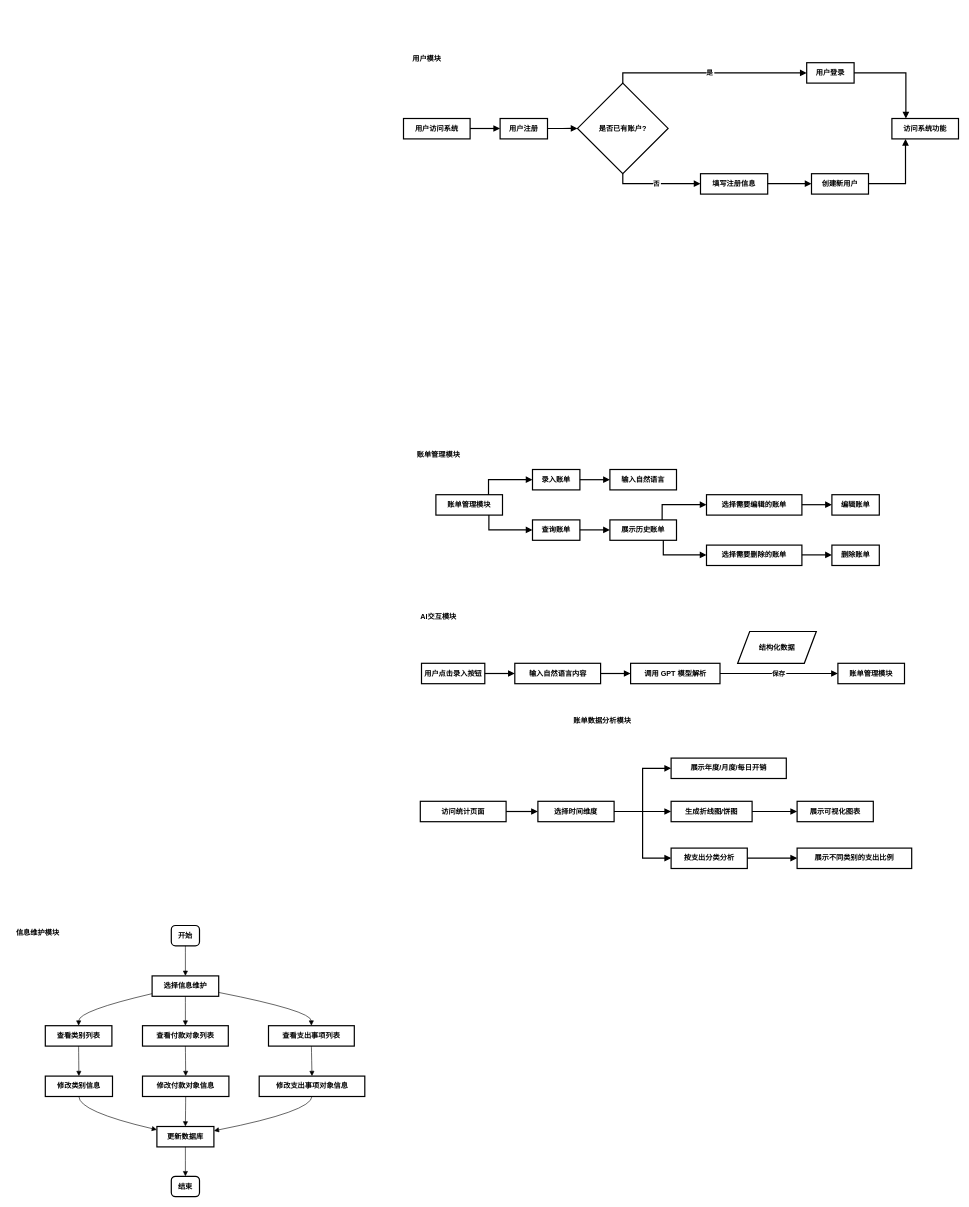
The draw.io diagram page "流程图" (7 of 9) of ai记账系统.drawio in Amos-Pan-lei/diagram-repo, before the edit. Source tidied: cells renumbered, new cells numbered last; positions are measured from the earlier drawing's top-left corner, leaving out a move shared by most shapes. Both pictures are drawn from the tidied source at 60%, with x=0, y=0 at pixel (10, 50).
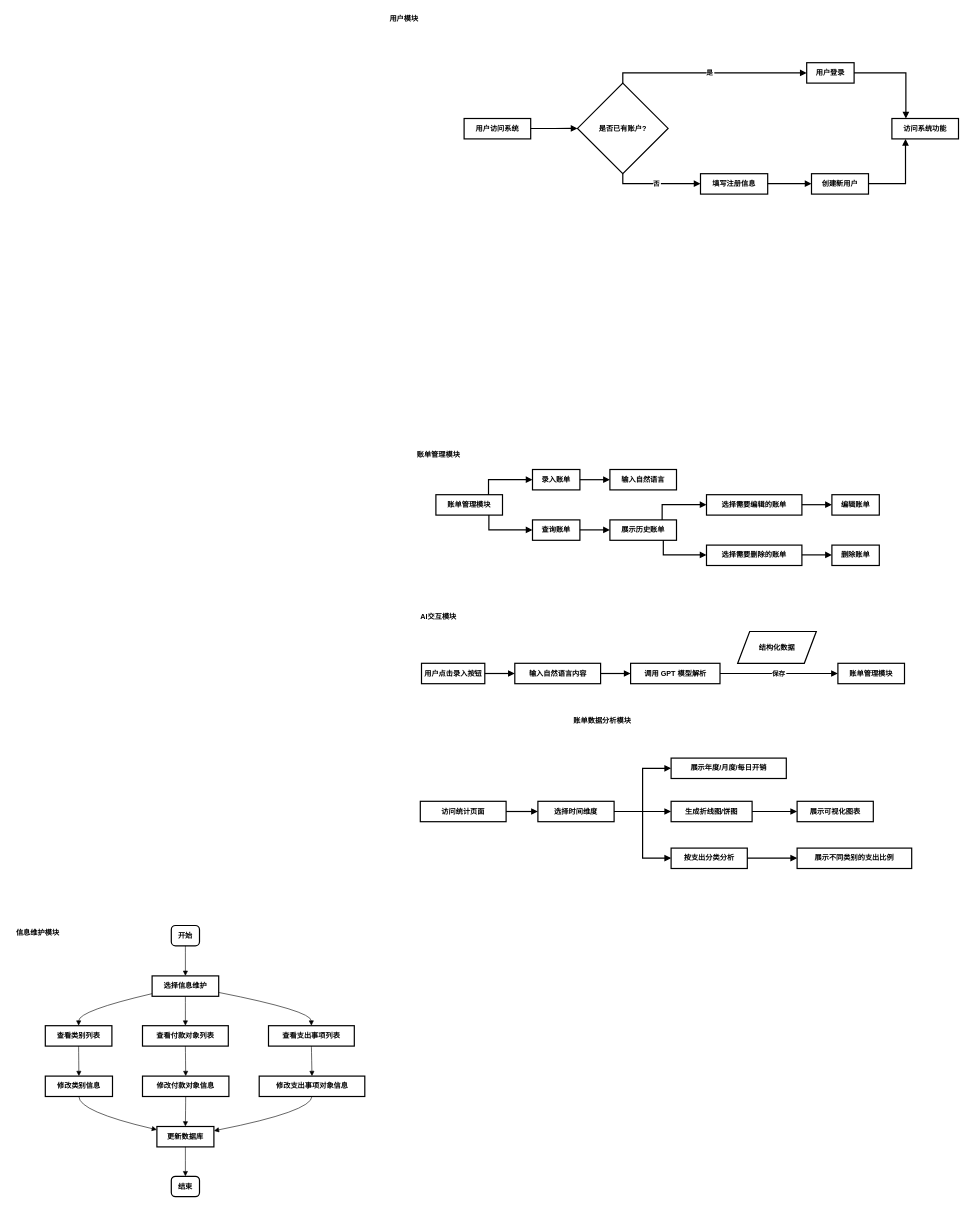
After the change.

Unchanged cells that the change refers to:
```xml
<mxCell id="4" value="是否已有账户?" style="rhombus;strokeWidth=2;whiteSpace=wrap;fontStyle=1;" parent="1" vertex="1">
  <mxGeometry x="945" y="54" width="151" height="151" as="geometry" />
</mxCell>
```

Change to the diagram source:
```diff
@@
     <mxCell id="2" value="用户访问系统" style="whiteSpace=wrap;strokeWidth=2;fontStyle=1;" parent="1" vertex="1">
-      <mxGeometry x="655" y="113" width="111" height="34" as="geometry" />
+      <mxGeometry x="756" y="113" width="111" height="34" as="geometry" />
     </mxCell>
-    <mxCell id="3" value="用户注册" style="whiteSpace=wrap;strokeWidth=2;fontStyle=1;" parent="1" vertex="1">
-      <mxGeometry x="816" y="113" width="79" height="34" as="geometry" />
-    </mxCell>
@@
-    <mxCell id="9" style="startArrow=none;endArrow=block;exitX=1;exitY=0.49;entryX=0;entryY=0.49;rounded=0;fontStyle=1;strokeWidth=2;edgeStyle=orthogonalEdgeStyle;" parent="1" edge="1" source="2" target="3">
+    <mxCell id="9" style="startArrow=none;endArrow=block;exitX=1;exitY=0.49;entryX=0;entryY=0.5;rounded=0;fontStyle=1;strokeWidth=2;edgeStyle=orthogonalEdgeStyle;entryDx=0;entryDy=0;" parent="1" edge="1" source="2" target="4">
       <mxGeometry relative="1" as="geometry" />
     </mxCell>
-    <mxCell id="10" style="startArrow=none;endArrow=block;exitX=1;exitY=0.49;entryX=0;entryY=0.5;rounded=0;fontStyle=1;edgeStyle=orthogonalEdgeStyle;strokeWidth=2;" parent="1" edge="1" source="3" target="4">
-      <mxGeometry relative="1" as="geometry" />
-    </mxCell>
@@
     <mxCell id="16" value="用户模块" style="text;whiteSpace=wrap;html=1;fontStyle=1;strokeWidth=2;" parent="1" vertex="1">
-      <mxGeometry x="668" width="76" height="23.7" as="geometry" />
+      <mxGeometry x="630" y="-67" width="76" height="23.7" as="geometry" />
     </mxCell>
```
